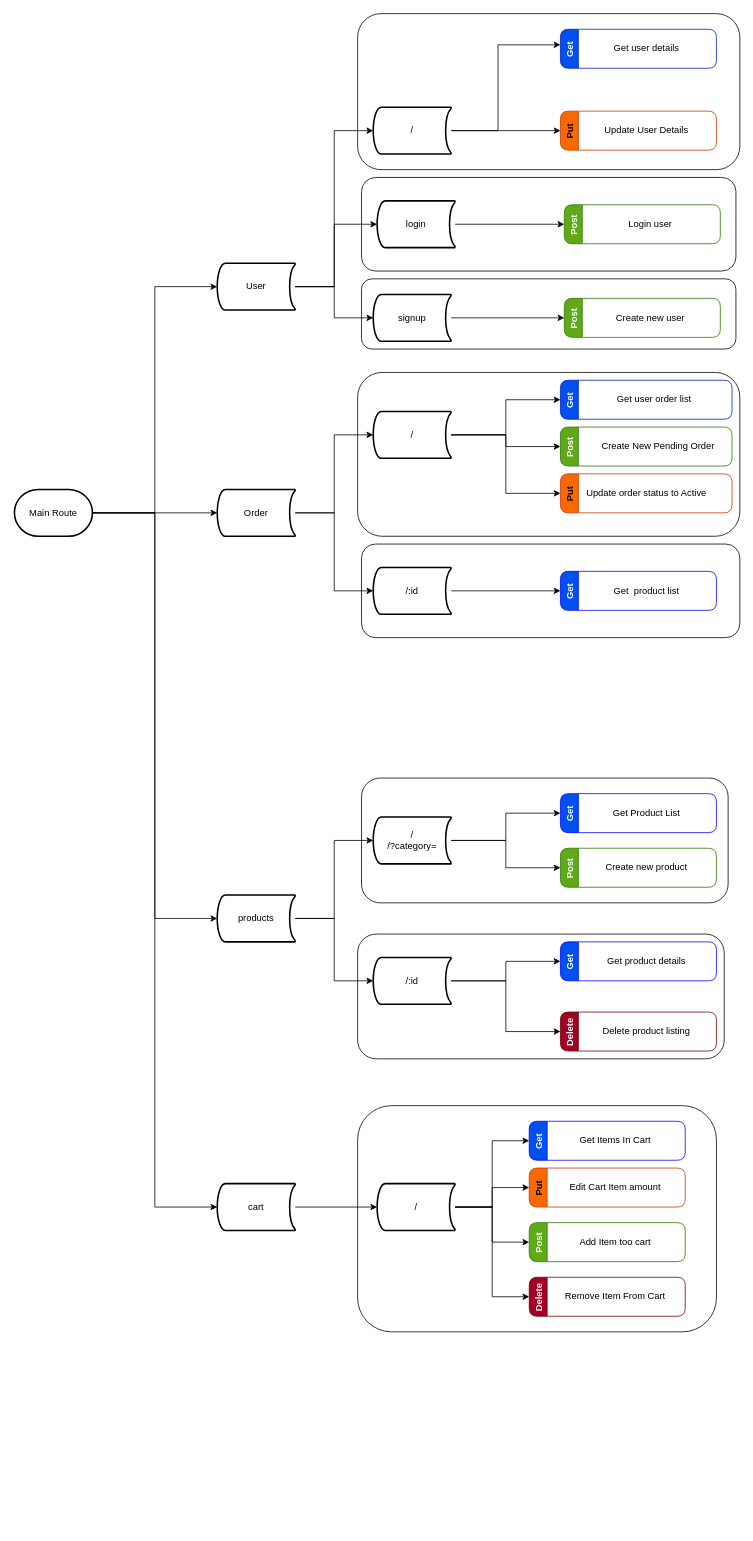
XsAndre-L/Storefront-Backend---Express keeps this draw.io diagram as docs/Endpoint Mapping.drawio. Above is the earlier version. Source tidied: cells renumbered, new cells numbered last; positions are measured from the earlier drawing's top-left corner, leaving out a move shared by most shapes. Both pictures are drawn from the tidied source at 78%, with x=0, y=0 at pixel (14, 13).
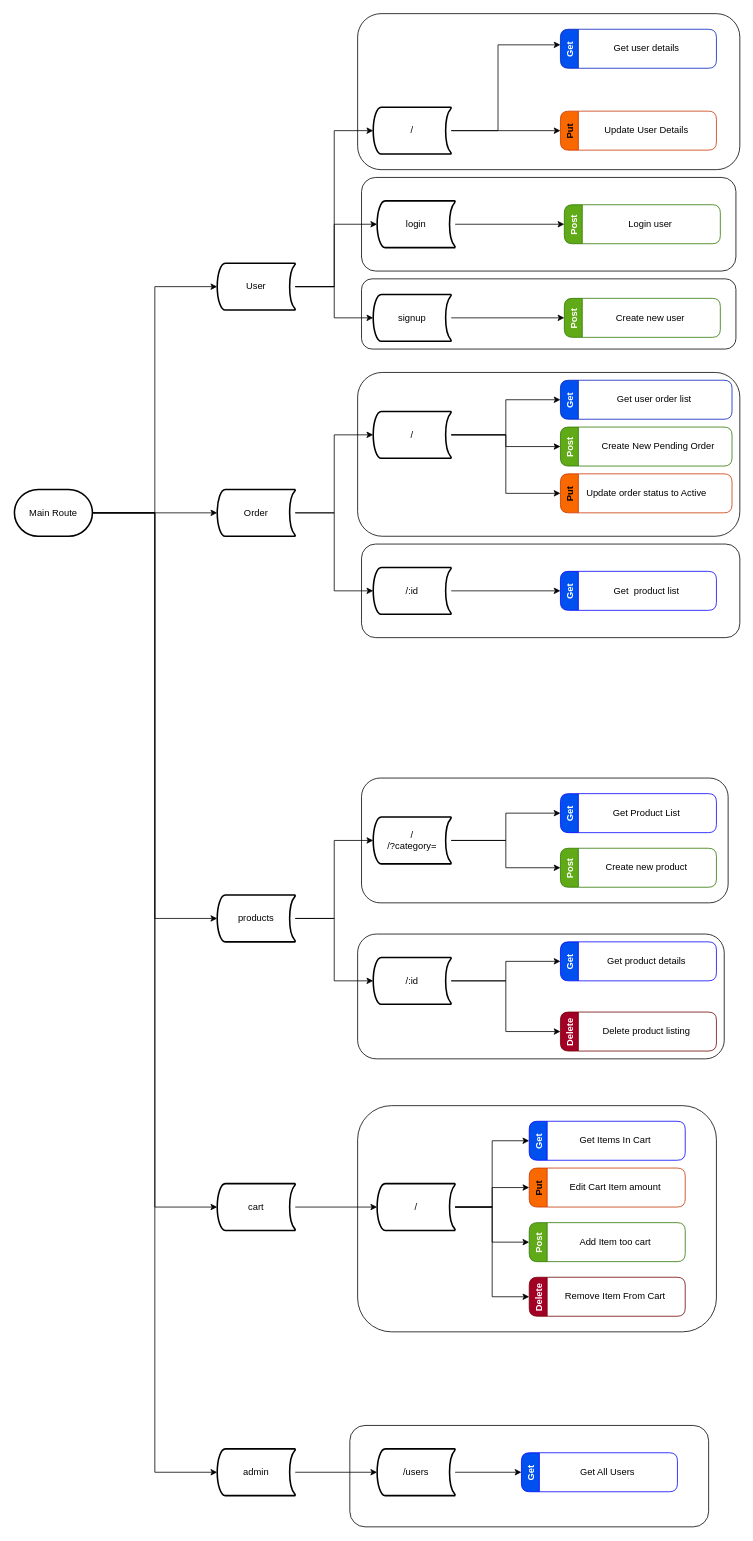
The same page after the edit.

Unchanged cells that the change refers to:
```xml
<mxCell id="14" value="Main Route" style="strokeWidth=2;html=1;shape=mxgraph.flowchart.terminator;whiteSpace=wrap;" parent="1" vertex="1">
  <mxGeometry y="610" width="100" height="60" as="geometry" />
</mxCell>
```

The edit, as a diff of the source:
```diff
@@
+    <mxCell id="83" style="rounded=1;whiteSpace=wrap;html=1;" parent="1" vertex="1">
+      <mxGeometry x="430" y="1810" width="460" height="130" as="geometry" />
+    </mxCell>
@@
+    <mxCell id="84" style="edgeStyle=orthogonalEdgeStyle;rounded=0;jettySize=auto;html=1;entryX=0;entryY=0.5;entryDx=0;entryDy=0;entryPerimeter=0;" parent="1" edge="1" source="14" target="86">
+      <mxGeometry relative="1" as="geometry" />
+    </mxCell>
@@
+    <mxCell id="85" style="edgeStyle=orthogonalEdgeStyle;rounded=0;jettySize=auto;html=1;" parent="1" edge="1" source="86" target="88">
+      <mxGeometry relative="1" as="geometry" />
+    </mxCell>
+    <mxCell id="86" value="admin" style="strokeWidth=2;html=1;shape=mxgraph.flowchart.stored_data;whiteSpace=wrap;" parent="1" vertex="1">
+      <mxGeometry x="260" y="1840" width="100" height="60" as="geometry" />
+    </mxCell>
+    <mxCell id="87" style="edgeStyle=orthogonalEdgeStyle;rounded=0;jettySize=auto;html=1;entryX=0;entryY=0.5;entryDx=0;entryDy=0;" parent="1" edge="1" source="88" target="89">
+      <mxGeometry relative="1" as="geometry" />
+    </mxCell>
+    <mxCell id="88" value="/users" style="strokeWidth=2;html=1;shape=mxgraph.flowchart.stored_data;whiteSpace=wrap;" parent="1" vertex="1">
+      <mxGeometry x="465" y="1840" width="100" height="60" as="geometry" />
+    </mxCell>
+    <mxCell id="89" value="Get" style="swimlane;horizontal=0;fillColor=#0050ef;fontColor=#ffffff;strokeColor=#0000FF;rounded=1;" parent="1" vertex="1">
+      <mxGeometry x="650" y="1845" width="200" height="50" as="geometry" />
+    </mxCell>
+    <mxCell id="90" value="Get All Users" style="text;html=1;align=center;verticalAlign=middle;strokeColor=none;fillColor=none;" parent="89" vertex="1">
+      <mxGeometry x="65" y="15" width="90" height="20" as="geometry" />
+    </mxCell>
```
